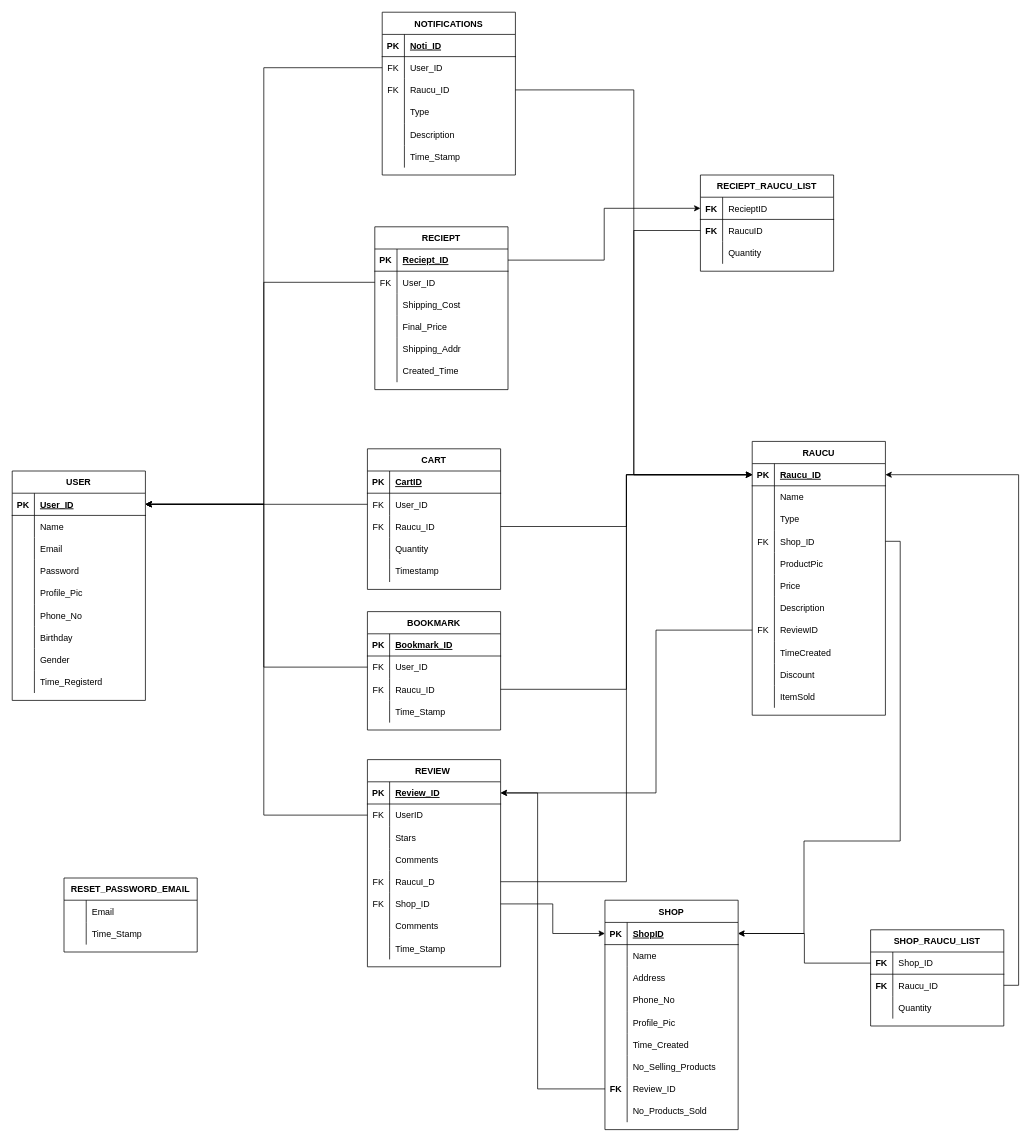
The draw.io diagram database/SoDoQuanHe.drawio in mcbutt007/Rau-cu-xanh-backend, before the edit. Source tidied: cells renumbered, new cells numbered last; positions are measured from the earlier drawing's top-left corner, leaving out a move shared by most shapes. Both pictures are drawn from the tidied source at 74%, with x=0, y=0 at pixel (12, 12).
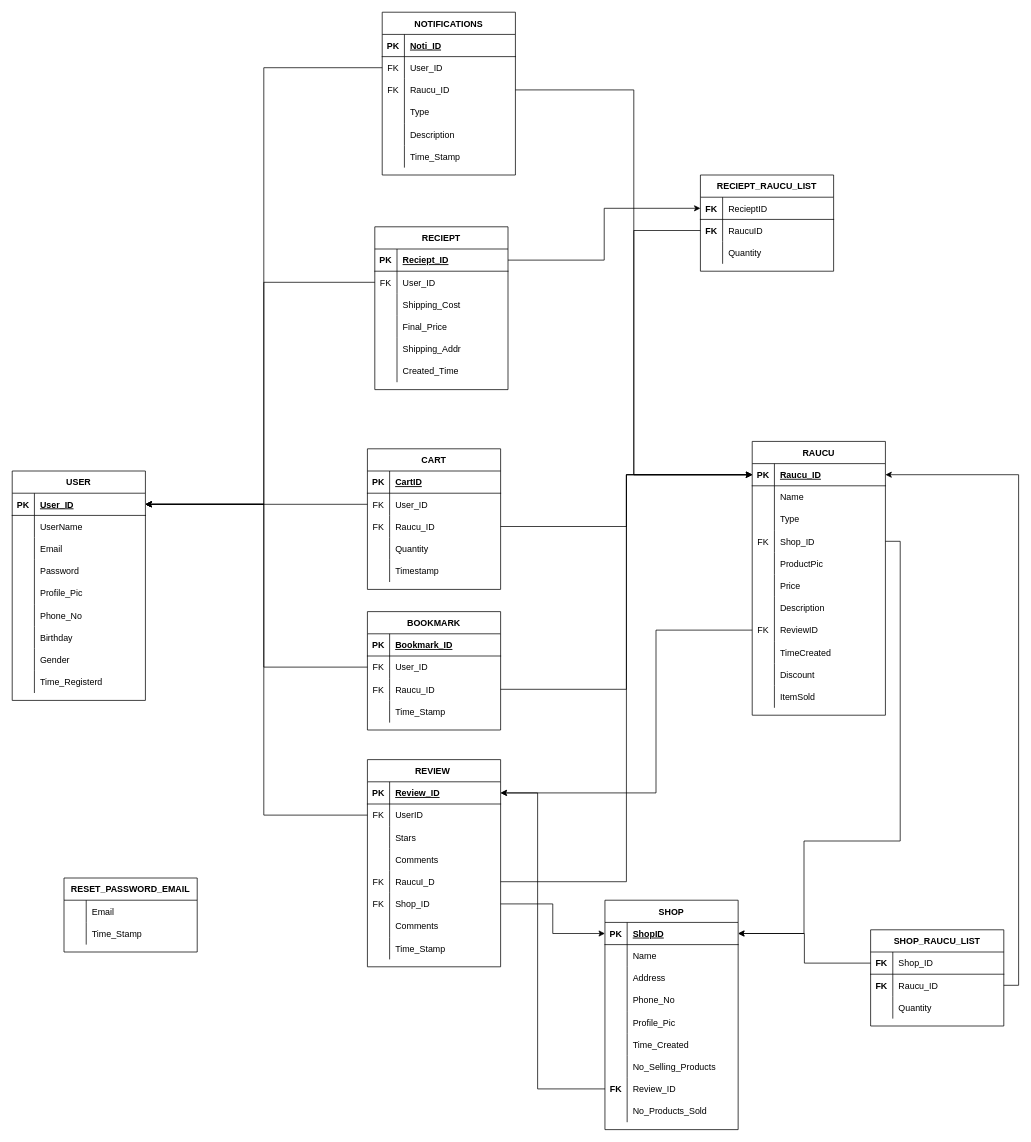
After the change.

Unchanged cells that the change refers to:
```xml
<mxCell id="6" style="shape=tableRow;horizontal=0;startSize=0;swimlaneHead=0;swimlaneBody=0;fillColor=none;top=0;left=0;right=0;bottom=0;" parent="2" vertex="1">
  <mxGeometry y="60" width="180" height="30" as="geometry" />
</mxCell>
```

Change to the diagram source:
```diff
@@
-    <mxCell id="8" value="Name" style="shape=partialRectangle;fillColor=none;top=0;left=0;bottom=0;right=0;align=left;spacingLeft=6;overflow=hidden;" parent="6" vertex="1">
+    <mxCell id="8" value="UserName" style="shape=partialRectangle;fillColor=none;top=0;left=0;bottom=0;right=0;align=left;spacingLeft=6;overflow=hidden;" parent="6" vertex="1">
       <mxGeometry x="30" width="150" height="30" as="geometry" />
     </mxCell>
```
